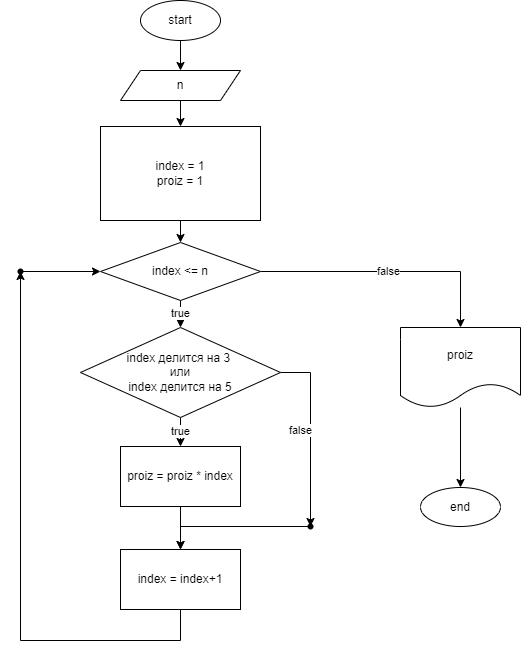
The draw.io diagram blok.drawio.png in SboevaTatiana/SboevaTatiana.github.io, before a commit. Source tidied: cells renumbered, new cells last; positions are measured from the earlier drawing's top-left corner, leaving out a move shared by most shapes. Source of this version:
```xml
<mxGraphModel>
  <root>
    <mxCell id="0" />
    <mxCell id="1" parent="0" />
    <mxCell id="2" style="edgeStyle=orthogonalEdgeStyle;rounded=0;jettySize=auto;html=1;" parent="1" edge="1" source="3" target="5">
      <mxGeometry relative="1" as="geometry" />
    </mxCell>
    <mxCell id="3" value="start" style="ellipse;whiteSpace=wrap;html=1;" parent="1" vertex="1">
      <mxGeometry x="140" width="80" height="40" as="geometry" />
    </mxCell>
    <mxCell id="4" style="edgeStyle=orthogonalEdgeStyle;rounded=0;jettySize=auto;html=1;" parent="1" edge="1" source="5" target="7">
      <mxGeometry relative="1" as="geometry" />
    </mxCell>
    <mxCell id="5" value="n" style="shape=parallelogram;perimeter=parallelogramPerimeter;whiteSpace=wrap;html=1;fixedSize=1;" parent="1" vertex="1">
      <mxGeometry x="120" y="70" width="120" height="30" as="geometry" />
    </mxCell>
    <mxCell id="6" style="edgeStyle=orthogonalEdgeStyle;rounded=0;jettySize=auto;html=1;exitX=0.5;exitY=1;exitDx=0;exitDy=0;" parent="1" edge="1" source="7" target="10">
      <mxGeometry relative="1" as="geometry" />
    </mxCell>
    <mxCell id="7" value="index = 1&lt;br style=&quot;border-color: var(--border-color);&quot;&gt;proiz = 1" style="whiteSpace=wrap;html=1;" parent="1" vertex="1">
      <mxGeometry x="100" y="126" width="160" height="94" as="geometry" />
    </mxCell>
    <mxCell id="8" value="true" style="edgeStyle=orthogonalEdgeStyle;rounded=0;jettySize=auto;html=1;" parent="1" edge="1" source="10" target="13">
      <mxGeometry relative="1" as="geometry" />
    </mxCell>
    <mxCell id="9" value="false" style="edgeStyle=orthogonalEdgeStyle;rounded=0;jettySize=auto;html=1;" parent="1" edge="1" source="10" target="23">
      <mxGeometry relative="1" as="geometry" />
    </mxCell>
    <mxCell id="10" value="index &amp;lt;= n" style="rhombus;whiteSpace=wrap;html=1;" parent="1" vertex="1">
      <mxGeometry x="100" y="242" width="160" height="58" as="geometry" />
    </mxCell>
    <mxCell id="11" value="true" style="edgeStyle=orthogonalEdgeStyle;rounded=0;jettySize=auto;html=1;" parent="1" edge="1" source="13" target="15">
      <mxGeometry relative="1" as="geometry" />
    </mxCell>
    <mxCell id="12" value="false" style="edgeStyle=orthogonalEdgeStyle;rounded=0;jettySize=auto;html=1;" parent="1" edge="1" source="13" target="19">
      <mxGeometry x="-0.04" y="-10" relative="1" as="geometry" />
    </mxCell>
    <mxCell id="13" value="index делится на 3&amp;nbsp;&lt;br&gt;или&lt;br&gt;index делится на 5" style="rhombus;whiteSpace=wrap;html=1;" parent="1" vertex="1">
      <mxGeometry x="80" y="327" width="200" height="90" as="geometry" />
    </mxCell>
    <mxCell id="14" style="edgeStyle=orthogonalEdgeStyle;rounded=0;jettySize=auto;html=1;" parent="1" edge="1" source="15" target="17">
      <mxGeometry relative="1" as="geometry" />
    </mxCell>
    <mxCell id="15" value="proiz = proiz * index" style="whiteSpace=wrap;html=1;" parent="1" vertex="1">
      <mxGeometry x="120" y="446" width="120" height="60" as="geometry" />
    </mxCell>
    <mxCell id="16" style="edgeStyle=orthogonalEdgeStyle;rounded=0;jettySize=auto;html=1;" parent="1" edge="1" source="17" target="21">
      <mxGeometry relative="1" as="geometry">
        <Array as="points">
          <mxPoint x="180" y="640" />
          <mxPoint x="20" y="640" />
        </Array>
      </mxGeometry>
    </mxCell>
    <mxCell id="17" value="index = index+1" style="whiteSpace=wrap;html=1;" parent="1" vertex="1">
      <mxGeometry x="120" y="549" width="120" height="60" as="geometry" />
    </mxCell>
    <mxCell id="18" style="edgeStyle=orthogonalEdgeStyle;rounded=0;jettySize=auto;html=1;" parent="1" edge="1" source="19" target="17">
      <mxGeometry relative="1" as="geometry" />
    </mxCell>
    <mxCell id="19" style="shape=waypoint;sketch=0;size=6;points=[];fillColor=default;perimeter=centerPerimeter;snapToPoint=1;" parent="1" vertex="1">
      <mxGeometry x="290" y="506" width="40" height="40" as="geometry" />
    </mxCell>
    <mxCell id="20" style="edgeStyle=orthogonalEdgeStyle;rounded=0;jettySize=auto;html=1;" parent="1" edge="1" source="21" target="10">
      <mxGeometry relative="1" as="geometry" />
    </mxCell>
    <mxCell id="21" style="shape=waypoint;sketch=0;size=6;points=[];fillColor=default;perimeter=centerPerimeter;snapToPoint=1;" parent="1" vertex="1">
      <mxGeometry y="251" width="40" height="40" as="geometry" />
    </mxCell>
    <mxCell id="22" style="edgeStyle=orthogonalEdgeStyle;rounded=0;jettySize=auto;html=1;" parent="1" edge="1" source="23" target="24">
      <mxGeometry relative="1" as="geometry" />
    </mxCell>
    <mxCell id="23" value="proiz" style="shape=document;whiteSpace=wrap;html=1;boundedLbl=1;" parent="1" vertex="1">
      <mxGeometry x="400" y="327" width="120" height="80" as="geometry" />
    </mxCell>
    <mxCell id="24" value="end" style="ellipse;whiteSpace=wrap;html=1;" parent="1" vertex="1">
      <mxGeometry x="420" y="487" width="80" height="39" as="geometry" />
    </mxCell>
  </root>
</mxGraphModel>
```
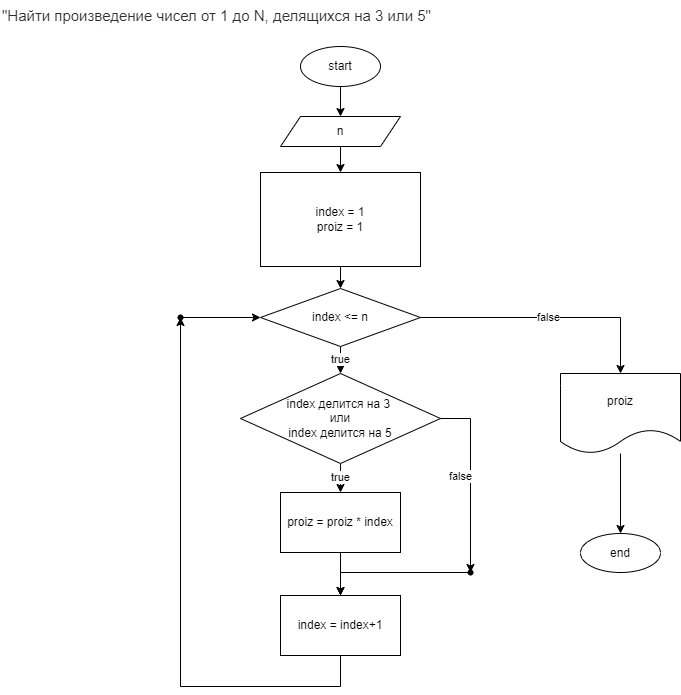
Later version of the same file.

Commit message:
добавили условие задачи в файл

The edit, as a diff of the source:
```diff
@@ -76,5 +76,8 @@
     <mxCell id="24" value="end" style="ellipse;whiteSpace=wrap;html=1;" parent="1" vertex="1">
       <mxGeometry x="420" y="487" width="80" height="39" as="geometry" />
     </mxCell>
+    <mxCell id="25" value="&lt;span style=&quot;color: rgb(44 , 45 , 48) ; font-family: &amp;#34;roboto&amp;#34; , &amp;#34;san francisco&amp;#34; , &amp;#34;helvetica neue&amp;#34; , &amp;#34;helvetica&amp;#34; , &amp;#34;arial&amp;#34; ; font-size: 15px ; background-color: rgb(255 , 255 , 255)&quot;&gt;&quot;Найти произведение чисел от 1 до N, делящихся на 3 или 5&quot;&lt;/span&gt;" style="text;whiteSpace=wrap;html=1;" parent="1" vertex="1">
+      <mxGeometry x="-160" y="-46" width="440" height="30" as="geometry" />
+    </mxCell>
   </root>
 </mxGraphModel>
```
